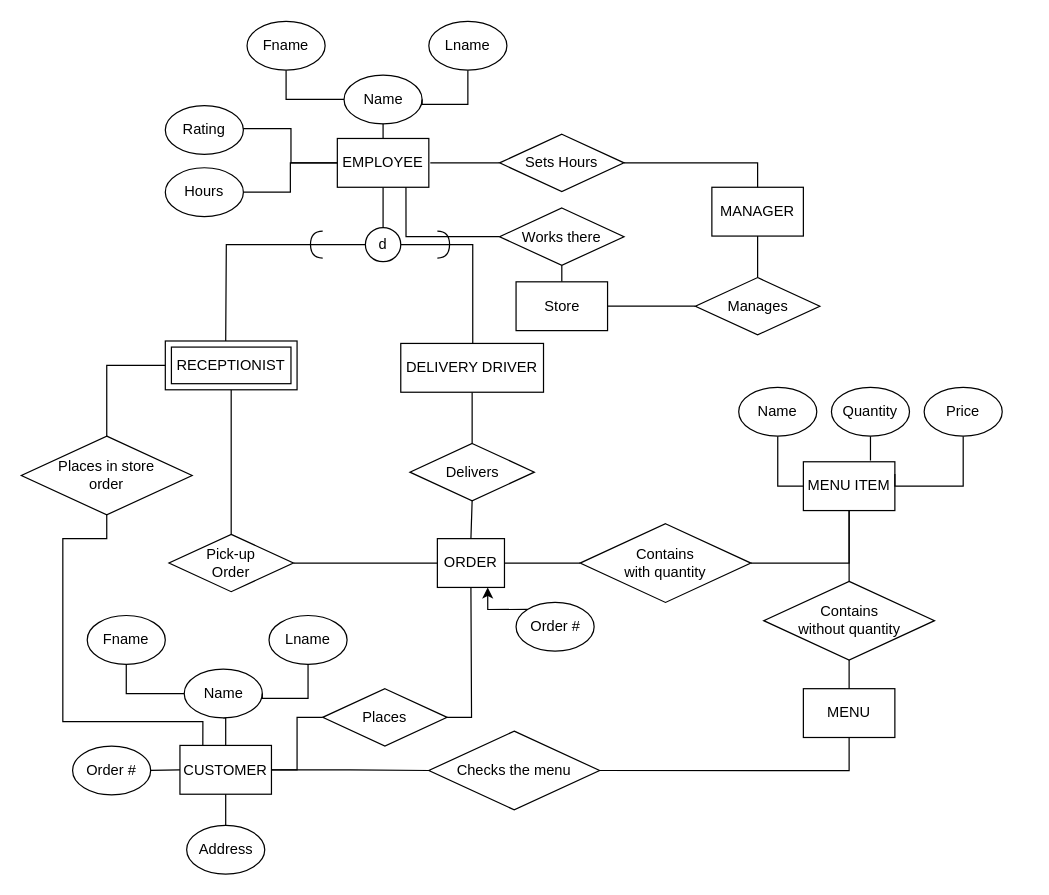
Above: Enhanced Entity Relationship Diagram.drawio in hqiao8/Restaurant-Management-System (draw.io), before the change. Source tidied: cells renumbered, new cells numbered last; positions are measured from the earlier drawing's top-left corner, leaving out a move shared by most shapes. Both pictures are drawn from the tidied source at 122%, with x=0, y=0 at pixel (21, 21).
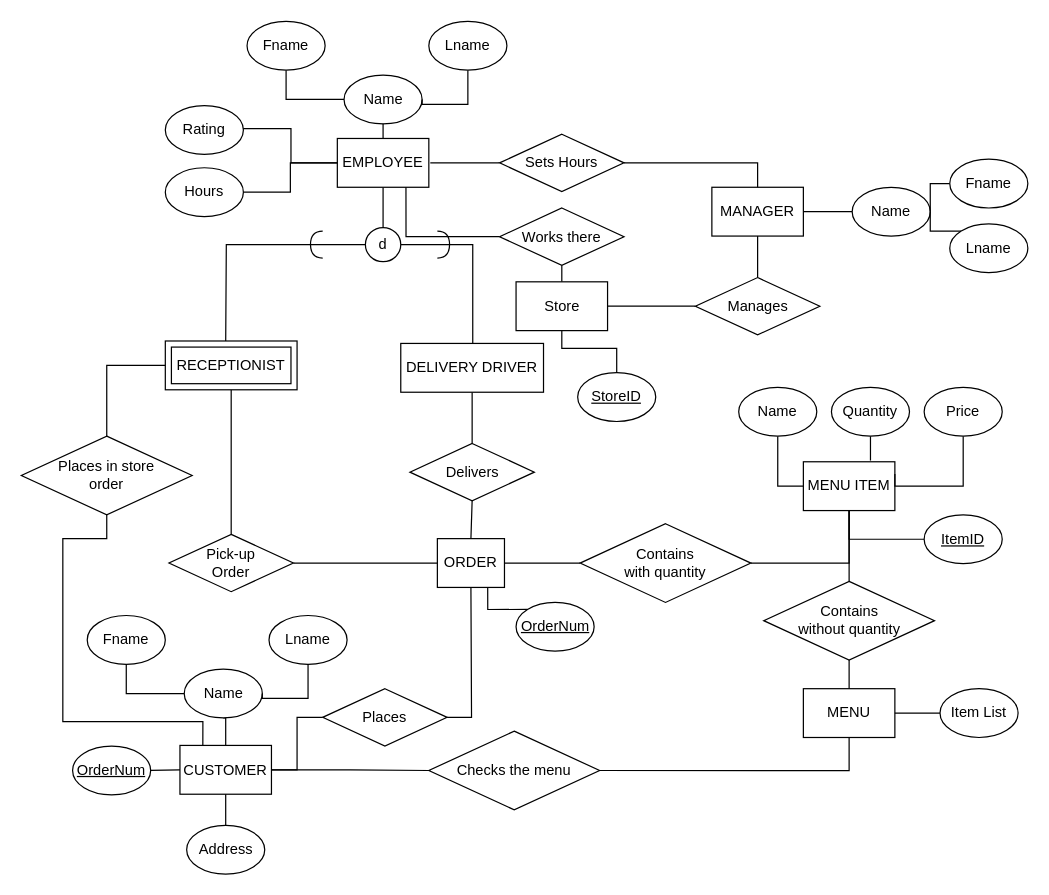
The same diagram, later.

The change refers to these unchanged cells:
```xml
<mxCell id="11" value="MANAGER" style="whiteSpace=wrap;html=1;align=center;fillColor=default;" parent="1" vertex="1">
  <mxGeometry x="566" y="136" width="75" height="40" as="geometry" />
</mxCell>
<mxCell id="20" value="MENU ITEM" style="whiteSpace=wrap;html=1;align=center;fillColor=default;" parent="1" vertex="1">
  <mxGeometry x="641" y="361" width="75" height="40" as="geometry" />
</mxCell>
<mxCell id="21" value="ORDER" style="whiteSpace=wrap;html=1;align=center;fillColor=default;" parent="1" vertex="1">
  <mxGeometry x="341" y="424" width="55" height="40" as="geometry" />
</mxCell>
<mxCell id="44" value="Store" style="whiteSpace=wrap;html=1;align=center;fillColor=default;" parent="1" vertex="1">
  <mxGeometry x="405.5" y="213.5" width="75" height="40" as="geometry" />
</mxCell>
<mxCell id="68" value="MENU" style="whiteSpace=wrap;html=1;align=center;fillColor=default;" parent="1" vertex="1">
  <mxGeometry x="641" y="547" width="75" height="40" as="geometry" />
</mxCell>
```

Diff of the diagram source:
```diff
@@
-    <mxCell id="54" value="Order #" style="ellipse;whiteSpace=wrap;html=1;align=center;fillColor=default;gradientColor=none;" parent="1" vertex="1">
+    <mxCell id="54" value="&lt;u&gt;OrderNum&lt;/u&gt;" style="ellipse;whiteSpace=wrap;html=1;align=center;fillColor=default;gradientColor=none;" parent="1" vertex="1">
       <mxGeometry x="42" y="594" width="64" height="40" as="geometry" />
     </mxCell>
@@
-    <mxCell id="73" style="edgeStyle=orthogonalEdgeStyle;rounded=0;jettySize=auto;html=1;exitX=0;exitY=0;exitDx=0;exitDy=0;entryX=0.75;entryY=1;entryDx=0;entryDy=0;" parent="1" edge="1" source="74" target="21">
+    <mxCell id="73" style="edgeStyle=orthogonalEdgeStyle;rounded=0;jettySize=auto;html=1;exitX=0;exitY=0;exitDx=0;exitDy=0;entryX=0.75;entryY=1;entryDx=0;entryDy=0;endArrow=none;endFill=0;" parent="1" edge="1" source="74" target="21">
       <mxGeometry relative="1" as="geometry" />
     </mxCell>
-    <mxCell id="74" value="Order #" style="ellipse;whiteSpace=wrap;html=1;align=center;fillColor=default;gradientColor=none;" parent="1" vertex="1">
+    <mxCell id="74" value="&lt;u&gt;OrderNum&lt;/u&gt;" style="ellipse;whiteSpace=wrap;html=1;align=center;fillColor=default;gradientColor=none;" parent="1" vertex="1">
       <mxGeometry x="405.5" y="476.2" width="64" height="40" as="geometry" />
     </mxCell>
+    <mxCell id="75" style="edgeStyle=orthogonalEdgeStyle;rounded=0;jettySize=auto;html=1;exitX=0;exitY=0.5;exitDx=0;exitDy=0;entryX=1;entryY=0.5;entryDx=0;entryDy=0;endArrow=none;endFill=0;" parent="1" edge="1" source="76" target="11">
+      <mxGeometry relative="1" as="geometry" />
+    </mxCell>
+    <mxCell id="76" value="Name" style="ellipse;whiteSpace=wrap;html=1;align=center;fillColor=default;gradientColor=none;" parent="1" vertex="1">
+      <mxGeometry x="681" y="136" width="64" height="40" as="geometry" />
+    </mxCell>
+    <mxCell id="77" style="edgeStyle=orthogonalEdgeStyle;rounded=0;jettySize=auto;html=1;exitX=0;exitY=0.5;exitDx=0;exitDy=0;entryX=1;entryY=0.5;entryDx=0;entryDy=0;endArrow=none;endFill=0;" parent="1" edge="1" source="78" target="76">
+      <mxGeometry relative="1" as="geometry" />
+    </mxCell>
+    <mxCell id="78" value="Fname" style="ellipse;whiteSpace=wrap;html=1;align=center;fillColor=default;gradientColor=none;" parent="1" vertex="1">
+      <mxGeometry x="761" y="113" width="64" height="40" as="geometry" />
+    </mxCell>
+    <mxCell id="79" style="edgeStyle=orthogonalEdgeStyle;rounded=0;jettySize=auto;html=1;exitX=0;exitY=0;exitDx=0;exitDy=0;entryX=1;entryY=0.5;entryDx=0;entryDy=0;endArrow=none;endFill=0;" parent="1" edge="1" source="80" target="76">
+      <mxGeometry relative="1" as="geometry" />
+    </mxCell>
+    <mxCell id="80" value="Lname" style="ellipse;whiteSpace=wrap;html=1;align=center;fillColor=default;gradientColor=none;" parent="1" vertex="1">
+      <mxGeometry x="761" y="166" width="64" height="40" as="geometry" />
+    </mxCell>
+    <mxCell id="81" style="edgeStyle=orthogonalEdgeStyle;rounded=0;jettySize=auto;html=1;exitX=0.5;exitY=0;exitDx=0;exitDy=0;endArrow=none;endFill=0;" parent="1" edge="1" source="82" target="44">
+      <mxGeometry relative="1" as="geometry" />
+    </mxCell>
+    <mxCell id="82" value="&lt;u&gt;StoreID&lt;/u&gt;" style="ellipse;whiteSpace=wrap;html=1;align=center;fillColor=default;gradientColor=none;" parent="1" vertex="1">
+      <mxGeometry x="456" y="288" width="64" height="40" as="geometry" />
+    </mxCell>
+    <mxCell id="83" style="edgeStyle=orthogonalEdgeStyle;rounded=0;jettySize=auto;html=1;exitX=0;exitY=0.5;exitDx=0;exitDy=0;entryX=0.5;entryY=1;entryDx=0;entryDy=0;endArrow=none;endFill=0;" parent="1" edge="1" source="84" target="20">
+      <mxGeometry relative="1" as="geometry" />
+    </mxCell>
+    <mxCell id="84" value="&lt;u&gt;ItemID&lt;/u&gt;" style="ellipse;whiteSpace=wrap;html=1;align=center;fillColor=default;gradientColor=none;" parent="1" vertex="1">
+      <mxGeometry x="740" y="404.5" width="64" height="40" as="geometry" />
+    </mxCell>
+    <mxCell id="85" style="edgeStyle=orthogonalEdgeStyle;rounded=0;jettySize=auto;html=1;exitX=0;exitY=0.5;exitDx=0;exitDy=0;entryX=1;entryY=0.5;entryDx=0;entryDy=0;endArrow=none;endFill=0;" parent="1" edge="1" source="86" target="68">
+      <mxGeometry relative="1" as="geometry" />
+    </mxCell>
+    <mxCell id="86" value="Item List" style="ellipse;whiteSpace=wrap;html=1;align=center;fillColor=default;gradientColor=none;" parent="1" vertex="1">
+      <mxGeometry x="753" y="547" width="64" height="40" as="geometry" />
+    </mxCell>
```
